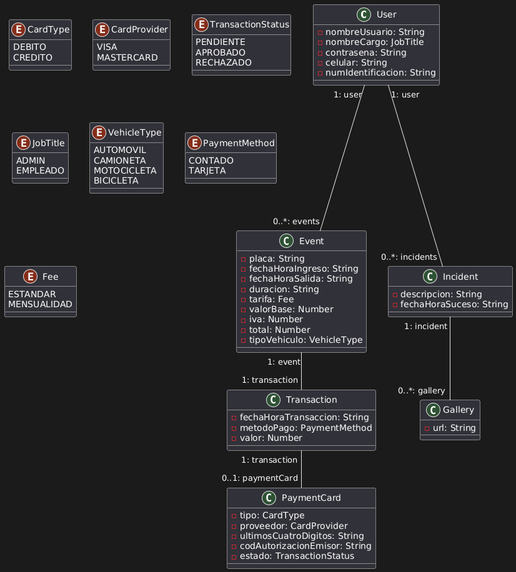
Earlier version of the PlantUML export servi-park/src/docs/UML Diagram.png (juanAndresJaramilloP/ServiPark). Source of this version:
```plantuml
@startuml
class User {

- nombreUsuario: String
- nombreCargo: JobTitle
- contrasena: String
- celular: String
- numIdentificacion: String

}

class Event {

- placa: String
- fechaHoraIngreso: String
- fechaHoraSalida: String
- duracion: String
- tarifa: Fee
- valorBase: Number
- iva: Number
- total: Number
- tipoVehiculo: VehicleType

}

class Incident {

- descripcion: String
- fechaHoraSuceso: String

}

class Gallery {

- url: String

}

class Transaction{

- fechaHoraTransaccion: String
- metodoPago: PaymentMethod
- valor: Number

}

class PaymentCard {

- tipo: CardType
- proveedor: CardProvider
- ultimosCuatroDigitos: String
- codAutorizacionEmisor: String
- estado: TransactionStatus

}

enum CardType {
DEBITO
CREDITO
}

enum CardProvider {

VISA
MASTERCARD

}

enum TransactionStatus {

PENDIENTE
APROBADO
RECHAZADO

}

enum JobTitle {

ADMIN
EMPLEADO

}

enum VehicleType {
AUTOMOVIL
CAMIONETA
MOTOCICLETA
BICICLETA
}

enum PaymentMethod {

CONTADO
TARJETA

}

enum Fee {

ESTANDAR
MENSUALIDAD

}

User "1: user" --- "0..*: events" Event
Event "1: event" -- "1: transaction" Transaction
Transaction "1: transaction" -- "0..1: paymentCard" PaymentCard
Incident "1: incident" -- "0..*: gallery" Gallery
User "1: user" --- "0..*: incidents" Incident
@enduml
```
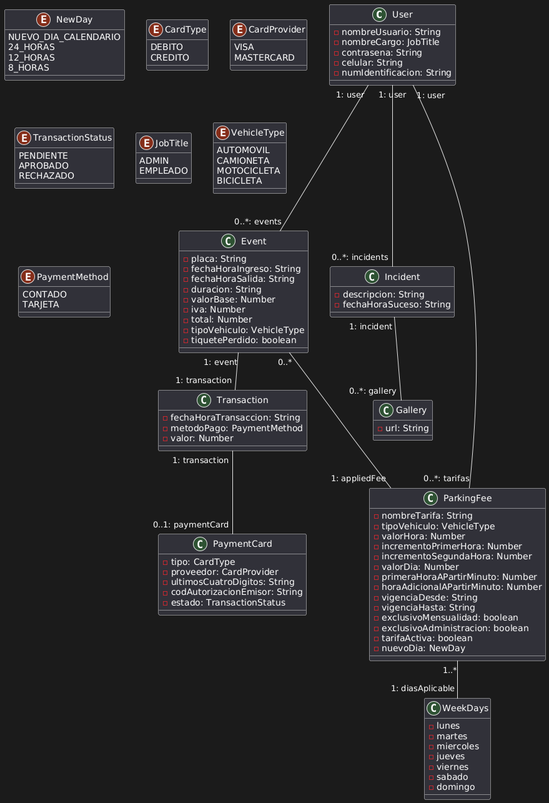
Above is the later version.

Change to the diagram source:
```diff
@@ -15,11 +15,11 @@
 - fechaHoraIngreso: String
 - fechaHoraSalida: String
 - duracion: String
-- tarifa: Fee
 - valorBase: Number
 - iva: Number
 - total: Number
 - tipoVehiculo: VehicleType
+- tiquetePerdido: boolean
 
 }
 
@@ -53,6 +53,41 @@
 - estado: TransactionStatus
 
 }
+
+class ParkingFee {
+- nombreTarifa: String
+- tipoVehiculo: VehicleType
+- valorHora: Number
+- incrementoPrimerHora: Number
+- incrementoSegundaHora: Number
+- valorDia: Number
+- primeraHoraAPartirMinuto: Number
+- horaAdicionalAPartirMinuto: Number
+- vigenciaDesde: String
+- vigenciaHasta: String
+- exclusivoMensualidad: boolean
+- exclusivoAdministracion: boolean
+- tarifaActiva: boolean
+- nuevoDia: NewDay
+}
+
+class WeekDays {
+- lunes
+- martes
+- miercoles
+- jueves
+- viernes
+- sabado
+- domingo
+}
+
+enum NewDay {
+NUEVO_DIA_CALENDARIO
+24_HORAS
+12_HORAS
+8_HORAS
+}
+
 
 enum CardType {
 DEBITO
@@ -95,16 +130,13 @@
 
 }
 
-enum Fee {
-
-ESTANDAR
-MENSUALIDAD
-
-}
 
 User "1: user" --- "0..*: events" Event
 Event "1: event" -- "1: transaction" Transaction
+Event "0..*" --- "1: appliedFee" ParkingFee
 Transaction "1: transaction" -- "0..1: paymentCard" PaymentCard
 Incident "1: incident" -- "0..*: gallery" Gallery
 User "1: user" --- "0..*: incidents" Incident
+User "1: user" ---- "0..*: tarifas" ParkingFee
+ParkingFee "1..*" -- "1: diasAplicable" WeekDays
 @enduml
```
